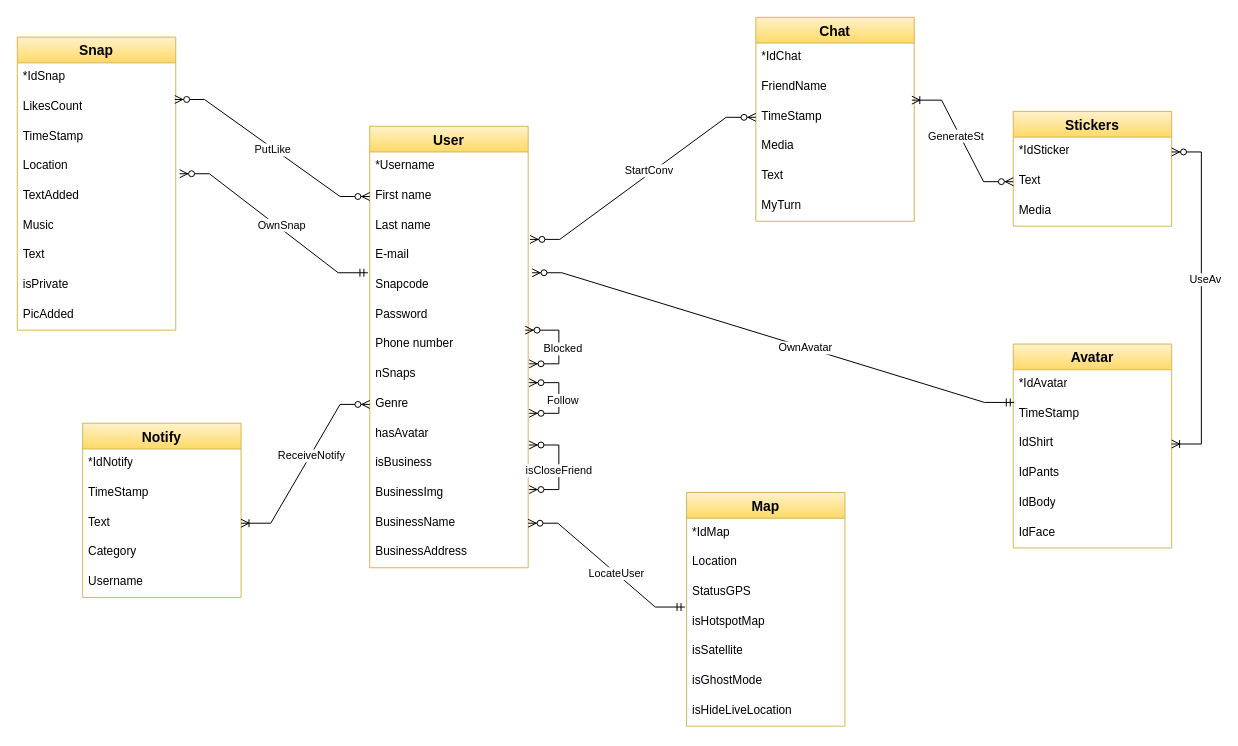
Earlier version of the draw.io diagram nuovo-schema-ER.drawio (Antonet99/noSQL-Snapchat). Source tidied: cells renumbered, new cells numbered last; positions are measured from the earlier drawing's top-left corner, leaving out a move shared by most shapes. Both pictures are drawn from the tidied source at 99%, with x=0, y=0 at pixel (17, 17).
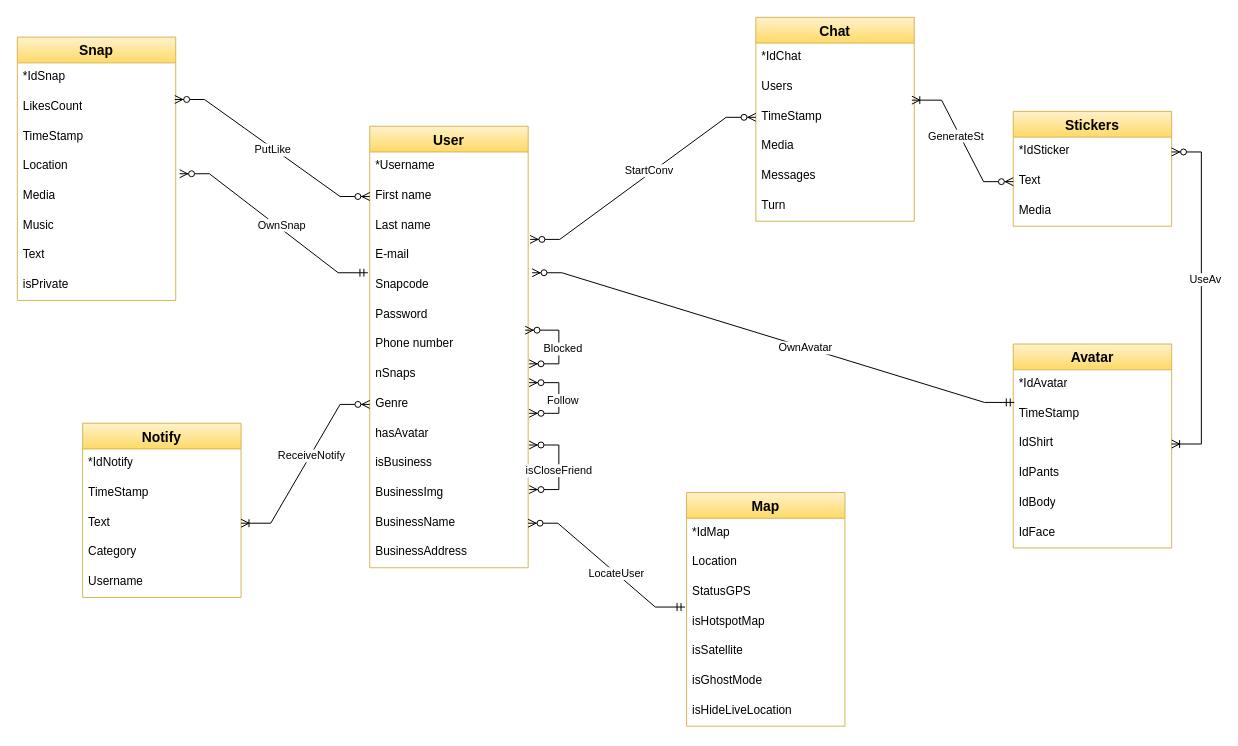
After the change.

The change refers to these unchanged cells:
```xml
<mxCell id="25" value="Chat" style="swimlane;fontStyle=1;horizontal=1;startSize=26;align=center;fontSize=14;fillColor=#fff2cc;strokeColor=#d6b656;gradientColor=#ffd966;" parent="1" vertex="1">
  <mxGeometry x="746" width="160" height="206" as="geometry" />
</mxCell>
```

What changed in the source:
```diff
@@
-    <mxCell id="27" value="FriendName" style="text;strokeColor=none;fillColor=none;spacingLeft=4;spacingRight=4;overflow=hidden;fontSize=12;whiteSpace=wrap;html=1;" parent="25" vertex="1">
+    <mxCell id="27" value="Users" style="text;strokeColor=none;fillColor=none;spacingLeft=4;spacingRight=4;overflow=hidden;fontSize=12;whiteSpace=wrap;html=1;" parent="25" vertex="1">
       <mxGeometry y="56" width="160" height="30" as="geometry" />
     </mxCell>
@@
-    <mxCell id="30" value="Text" style="text;strokeColor=none;fillColor=none;spacingLeft=4;spacingRight=4;overflow=hidden;fontSize=12;whiteSpace=wrap;html=1;" parent="25" vertex="1">
+    <mxCell id="30" value="Messages" style="text;strokeColor=none;fillColor=none;spacingLeft=4;spacingRight=4;overflow=hidden;fontSize=12;whiteSpace=wrap;html=1;" parent="25" vertex="1">
       <mxGeometry y="146" width="160" height="30" as="geometry" />
     </mxCell>
-    <mxCell id="31" value="MyTurn" style="text;strokeColor=none;fillColor=none;spacingLeft=4;spacingRight=4;overflow=hidden;fontSize=12;whiteSpace=wrap;html=1;" parent="25" vertex="1">
+    <mxCell id="31" value="Turn" style="text;strokeColor=none;fillColor=none;spacingLeft=4;spacingRight=4;overflow=hidden;fontSize=12;whiteSpace=wrap;html=1;" parent="25" vertex="1">
       <mxGeometry y="176" width="160" height="30" as="geometry" />
     </mxCell>
     <mxCell id="32" value="Snap" style="swimlane;fontStyle=1;horizontal=1;startSize=26;align=center;fontSize=14;fillColor=#fff2cc;strokeColor=#d6b656;gradientColor=#ffd966;" parent="1" vertex="1">
-      <mxGeometry y="20" width="160" height="296" as="geometry" />
+      <mxGeometry y="20" width="160" height="266" as="geometry" />
     </mxCell>
@@
-    <mxCell id="37" value="TextAdded" style="text;strokeColor=none;fillColor=none;spacingLeft=4;spacingRight=4;overflow=hidden;fontSize=12;whiteSpace=wrap;html=1;" parent="32" vertex="1">
+    <mxCell id="37" value="Media" style="text;strokeColor=none;fillColor=none;spacingLeft=4;spacingRight=4;overflow=hidden;fontSize=12;whiteSpace=wrap;html=1;" parent="32" vertex="1">
       <mxGeometry y="146" width="160" height="30" as="geometry" />
     </mxCell>
@@
-    <mxCell id="41" value="PicAdded" style="text;strokeColor=none;fillColor=none;spacingLeft=4;spacingRight=4;overflow=hidden;fontSize=12;whiteSpace=wrap;html=1;" parent="32" vertex="1">
-      <mxGeometry y="266" width="160" height="30" as="geometry" />
-    </mxCell>
```
